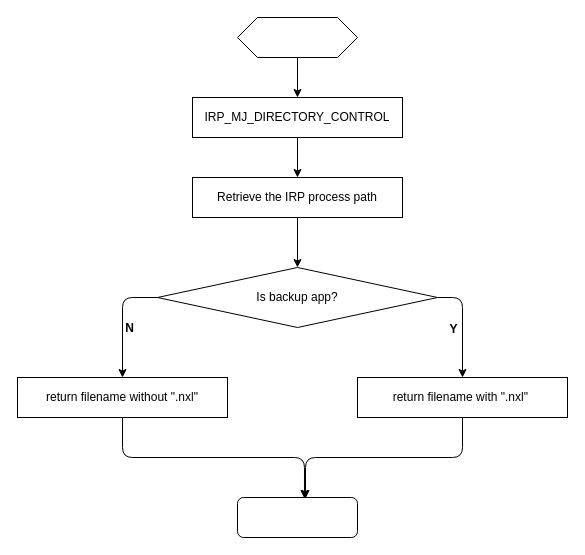
linfenwen/draw_io keeps this draw.io diagram as Backuu_sequence.drawio. Above is the earlier version. Source tidied: cells renumbered, new cells numbered last; positions are measured from the earlier drawing's top-left corner, leaving out a move shared by most shapes. Both pictures are drawn from the tidied source at 100%, with x=0, y=0 at pixel (17, 17).
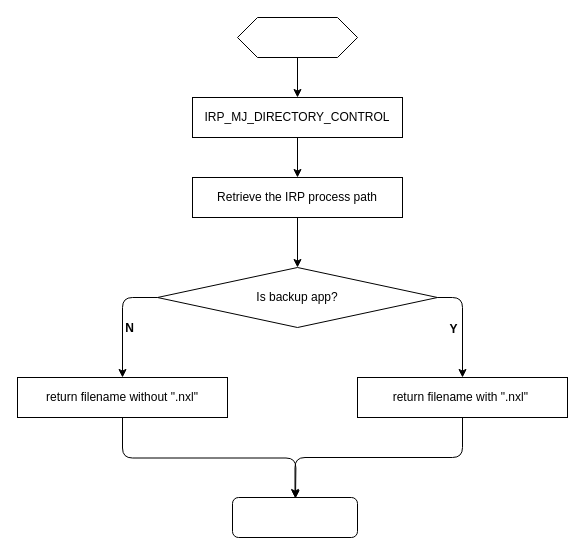
The same page after the edit.

Diff of the diagram source:
```diff
@@
 <mxGraphModel>
   <root>
     <mxCell id="0" />
     <mxCell id="1" parent="0" />
     <mxCell id="2" style="edgeStyle=orthogonalEdgeStyle;rounded=0;jettySize=auto;html=1;" parent="1" edge="1" source="3" target="5">
       <mxGeometry relative="1" as="geometry" />
     </mxCell>
     <mxCell id="3" style="shape=hexagon;perimeter=hexagonPerimeter2;whiteSpace=wrap;html=1;fixedSize=1;" parent="1" vertex="1">
       <mxGeometry x="220" width="120" height="40" as="geometry" />
     </mxCell>
     <mxCell id="4" style="edgeStyle=orthogonalEdgeStyle;rounded=0;jettySize=auto;html=1;" parent="1" edge="1" source="5" target="11">
       <mxGeometry relative="1" as="geometry" />
     </mxCell>
     <mxCell id="5" value="IRP_MJ_DIRECTORY_CONTROL" style="rounded=0;whiteSpace=wrap;html=1;" parent="1" vertex="1">
       <mxGeometry x="175" y="80" width="210" height="40" as="geometry" />
     </mxCell>
     <mxCell id="6" value="Is backup app?" style="rhombus;whiteSpace=wrap;html=1;" parent="1" vertex="1">
       <mxGeometry x="140" y="250" width="280" height="60" as="geometry" />
     </mxCell>
     <mxCell id="7" style="rounded=1;whiteSpace=wrap;html=1;" parent="1" vertex="1">
-      <mxGeometry x="220" y="480" width="120" height="40" as="geometry" />
+      <mxGeometry x="215" y="480" width="125" height="40" as="geometry" />
     </mxCell>
     <mxCell id="8" value="return filename without &quot;.nxl&quot;" style="rounded=0;whiteSpace=wrap;html=1;" parent="1" vertex="1">
       <mxGeometry y="360" width="210" height="40" as="geometry" />
     </mxCell>
     <mxCell id="9" value="return filename with &quot;.nxl&quot;&amp;nbsp;" style="rounded=0;whiteSpace=wrap;html=1;" parent="1" vertex="1">
       <mxGeometry x="340" y="360" width="210" height="40" as="geometry" />
     </mxCell>
     <mxCell id="10" style="edgeStyle=orthogonalEdgeStyle;rounded=0;jettySize=auto;html=1;" parent="1" edge="1" source="11" target="6">
       <mxGeometry relative="1" as="geometry" />
     </mxCell>
     <mxCell id="11" value="Retrieve the IRP process path" style="rounded=0;whiteSpace=wrap;html=1;" parent="1" vertex="1">
       <mxGeometry x="175" y="160" width="210" height="40" as="geometry" />
     </mxCell>
     <mxCell id="12" style="endArrow=classic;html=1;exitX=0;exitY=0.5;exitDx=0;exitDy=0;entryX=0.5;entryY=0;entryDx=0;entryDy=0;edgeStyle=orthogonalEdgeStyle;" parent="1" edge="1" source="6" target="8">
       <mxGeometry relative="1" as="geometry" />
     </mxCell>
     <mxCell id="13" style="endArrow=classic;html=1;exitX=1;exitY=0.5;exitDx=0;exitDy=0;edgeStyle=orthogonalEdgeStyle;" parent="1" edge="1" source="6" target="9">
       <mxGeometry relative="1" as="geometry" />
     </mxCell>
-    <mxCell id="14" style="endArrow=classic;html=1;entryX=0.558;entryY=0.025;entryDx=0;entryDy=0;entryPerimeter=0;exitX=0.5;exitY=1;exitDx=0;exitDy=0;edgeStyle=orthogonalEdgeStyle;" parent="1" edge="1" source="8" target="7">
-      <mxGeometry relative="1" as="geometry" />
+    <mxCell id="14" style="endArrow=classic;html=1;exitX=0.5;exitY=1;exitDx=0;exitDy=0;edgeStyle=orthogonalEdgeStyle;" parent="1" edge="1" source="8">
+      <mxGeometry relative="1" as="geometry">
+        <mxPoint x="278" y="481" as="targetPoint" />
+      </mxGeometry>
     </mxCell>
-    <mxCell id="15" style="endArrow=classic;html=1;exitX=0.5;exitY=1;exitDx=0;exitDy=0;entryX=0.567;entryY=0.025;entryDx=0;entryDy=0;entryPerimeter=0;edgeStyle=orthogonalEdgeStyle;" parent="1" edge="1" source="9" target="7">
+    <mxCell id="15" style="endArrow=classic;html=1;exitX=0.5;exitY=1;exitDx=0;exitDy=0;entryX=0.5;entryY=0;entryDx=0;entryDy=0;edgeStyle=orthogonalEdgeStyle;" parent="1" edge="1" source="9" target="7">
       <mxGeometry relative="1" as="geometry" />
     </mxCell>
     <mxCell id="16" value="&lt;b&gt;N&lt;/b&gt;" style="text;html=1;align=center;verticalAlign=middle;" parent="1" vertex="1">
       <mxGeometry x="102" y="301" width="20" height="20" as="geometry" />
     </mxCell>
     <mxCell id="17" value="&lt;b&gt;Y&lt;/b&gt;" style="text;html=1;align=center;verticalAlign=middle;" parent="1" vertex="1">
       <mxGeometry x="426" y="302" width="20" height="20" as="geometry" />
     </mxCell>
   </root>
 </mxGraphModel>
```
